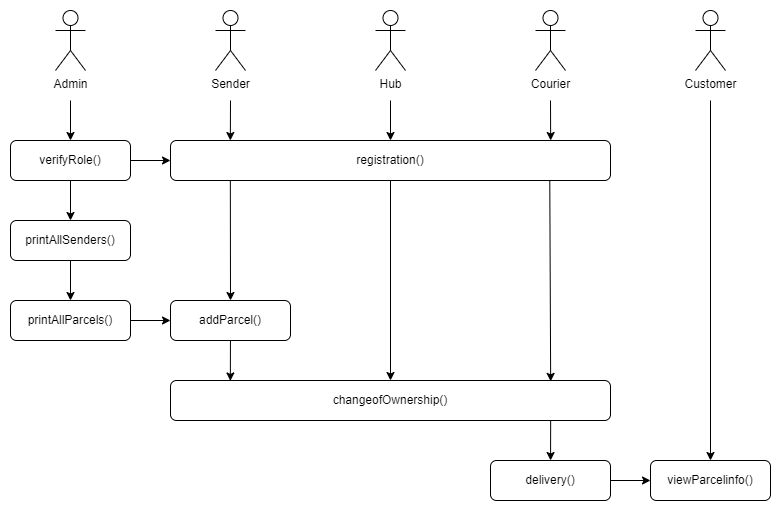
0xh34rtl3ss/SupplyChain_dApp keeps this draw.io diagram as assets/img/BC-Activity Diagram.drawio.png. Above is the earlier version. Source tidied: cells renumbered, new cells last; positions are measured from the earlier drawing's top-left corner, leaving out a move shared by most shapes. The source it was exported from:
```xml
<mxGraphModel>
  <root>
    <mxCell id="0" />
    <mxCell id="1" parent="0" />
    <mxCell id="2" value="Admin" style="shape=umlActor;verticalLabelPosition=bottom;verticalAlign=top;html=1;" parent="1" vertex="1">
      <mxGeometry x="45" width="30" height="60" as="geometry" />
    </mxCell>
    <mxCell id="3" style="edgeStyle=none;rounded=0;jettySize=auto;html=1;startArrow=none;startFill=0;endArrow=classic;endFill=1;" parent="1" edge="1" target="29">
      <mxGeometry relative="1" as="geometry">
        <mxPoint x="700" y="90" as="sourcePoint" />
      </mxGeometry>
    </mxCell>
    <mxCell id="4" value="Customer" style="shape=umlActor;verticalLabelPosition=bottom;verticalAlign=top;html=1;" parent="1" vertex="1">
      <mxGeometry x="685" width="30" height="60" as="geometry" />
    </mxCell>
    <mxCell id="5" value="Sender" style="shape=umlActor;verticalLabelPosition=bottom;verticalAlign=top;html=1;" parent="1" vertex="1">
      <mxGeometry x="205" width="30" height="60" as="geometry" />
    </mxCell>
    <mxCell id="6" style="edgeStyle=none;rounded=0;jettySize=auto;html=1;entryX=0.864;entryY=0;entryDx=0;entryDy=0;entryPerimeter=0;startArrow=none;startFill=0;endArrow=classic;endFill=1;" parent="1" edge="1" target="14">
      <mxGeometry relative="1" as="geometry">
        <mxPoint x="540" y="90" as="sourcePoint" />
      </mxGeometry>
    </mxCell>
    <mxCell id="7" value="Courier" style="shape=umlActor;verticalLabelPosition=bottom;verticalAlign=top;html=1;" parent="1" vertex="1">
      <mxGeometry x="525" width="30" height="60" as="geometry" />
    </mxCell>
    <mxCell id="8" style="edgeStyle=none;rounded=0;jettySize=auto;html=1;startArrow=none;startFill=0;endArrow=classic;endFill=1;" parent="1" edge="1" target="14">
      <mxGeometry relative="1" as="geometry">
        <mxPoint x="380" y="90" as="sourcePoint" />
      </mxGeometry>
    </mxCell>
    <mxCell id="9" value="Hub" style="shape=umlActor;verticalLabelPosition=bottom;verticalAlign=top;html=1;" parent="1" vertex="1">
      <mxGeometry x="365" width="30" height="60" as="geometry" />
    </mxCell>
    <mxCell id="10" style="rounded=0;jettySize=auto;html=1;startArrow=classic;startFill=1;endArrow=none;endFill=0;exitX=0.136;exitY=0;exitDx=0;exitDy=0;exitPerimeter=0;" parent="1" edge="1" source="14">
      <mxGeometry relative="1" as="geometry">
        <mxPoint x="220" y="90" as="targetPoint" />
      </mxGeometry>
    </mxCell>
    <mxCell id="11" style="rounded=0;jettySize=auto;html=1;entryX=0.5;entryY=0;entryDx=0;entryDy=0;startArrow=none;startFill=0;endArrow=classic;endFill=1;exitX=0.136;exitY=1;exitDx=0;exitDy=0;exitPerimeter=0;" parent="1" edge="1" source="14" target="20">
      <mxGeometry relative="1" as="geometry" />
    </mxCell>
    <mxCell id="12" style="rounded=0;jettySize=auto;html=1;entryX=0.864;entryY=0.022;entryDx=0;entryDy=0;entryPerimeter=0;startArrow=none;startFill=0;endArrow=classic;endFill=1;exitX=0.862;exitY=0.99;exitDx=0;exitDy=0;exitPerimeter=0;" parent="1" edge="1" source="14" target="25">
      <mxGeometry relative="1" as="geometry" />
    </mxCell>
    <mxCell id="13" style="edgeStyle=none;rounded=0;jettySize=auto;html=1;startArrow=none;startFill=0;endArrow=classic;endFill=1;" parent="1" edge="1" source="14" target="25">
      <mxGeometry relative="1" as="geometry" />
    </mxCell>
    <mxCell id="14" value="registration()" style="rounded=1;whiteSpace=wrap;html=1;strokeColor=default;" parent="1" vertex="1">
      <mxGeometry x="160" y="130" width="440" height="40" as="geometry" />
    </mxCell>
    <mxCell id="15" style="edgeStyle=none;rounded=0;jettySize=auto;html=1;startArrow=classic;startFill=1;endArrow=none;endFill=0;" parent="1" edge="1" source="18">
      <mxGeometry relative="1" as="geometry">
        <mxPoint x="60" y="90" as="targetPoint" />
      </mxGeometry>
    </mxCell>
    <mxCell id="16" style="edgeStyle=none;rounded=0;jettySize=auto;html=1;entryX=0;entryY=0.5;entryDx=0;entryDy=0;startArrow=none;startFill=0;endArrow=classic;endFill=1;" parent="1" edge="1" source="18" target="14">
      <mxGeometry relative="1" as="geometry" />
    </mxCell>
    <mxCell id="17" style="edgeStyle=orthogonalEdgeStyle;rounded=0;jettySize=auto;html=1;entryX=0.5;entryY=0;entryDx=0;entryDy=0;startArrow=none;startFill=0;endArrow=classic;endFill=1;" parent="1" edge="1" source="18" target="24">
      <mxGeometry relative="1" as="geometry" />
    </mxCell>
    <mxCell id="18" value="verifyRole()" style="rounded=1;whiteSpace=wrap;html=1;strokeColor=default;" parent="1" vertex="1">
      <mxGeometry y="130" width="120" height="40" as="geometry" />
    </mxCell>
    <mxCell id="19" style="edgeStyle=none;rounded=0;jettySize=auto;html=1;entryX=0.136;entryY=0.011;entryDx=0;entryDy=0;entryPerimeter=0;startArrow=none;startFill=0;endArrow=classic;endFill=1;" parent="1" edge="1" source="20" target="25">
      <mxGeometry relative="1" as="geometry" />
    </mxCell>
    <mxCell id="20" value="addParcel()" style="rounded=1;whiteSpace=wrap;html=1;strokeColor=default;" parent="1" vertex="1">
      <mxGeometry x="160" y="290" width="120" height="40" as="geometry" />
    </mxCell>
    <mxCell id="21" style="edgeStyle=none;rounded=0;jettySize=auto;html=1;entryX=0;entryY=0.5;entryDx=0;entryDy=0;startArrow=none;startFill=0;endArrow=classic;endFill=1;" parent="1" edge="1" source="22" target="20">
      <mxGeometry relative="1" as="geometry" />
    </mxCell>
    <mxCell id="22" value="printAllParcels()" style="rounded=1;whiteSpace=wrap;html=1;strokeColor=default;" parent="1" vertex="1">
      <mxGeometry y="290" width="120" height="40" as="geometry" />
    </mxCell>
    <mxCell id="23" style="edgeStyle=none;rounded=0;jettySize=auto;html=1;startArrow=none;startFill=0;endArrow=classic;endFill=1;" parent="1" edge="1" source="24" target="22">
      <mxGeometry relative="1" as="geometry" />
    </mxCell>
    <mxCell id="24" value="printAllSenders()" style="rounded=1;whiteSpace=wrap;html=1;strokeColor=default;" parent="1" vertex="1">
      <mxGeometry y="210" width="120" height="40" as="geometry" />
    </mxCell>
    <mxCell id="25" value="changeofOwnership()" style="rounded=1;whiteSpace=wrap;html=1;strokeColor=default;" parent="1" vertex="1">
      <mxGeometry x="160" y="370" width="440" height="40" as="geometry" />
    </mxCell>
    <mxCell id="26" style="edgeStyle=none;rounded=0;jettySize=auto;html=1;entryX=0.864;entryY=0.996;entryDx=0;entryDy=0;entryPerimeter=0;startArrow=classic;startFill=1;endArrow=none;endFill=0;" parent="1" edge="1" source="28" target="25">
      <mxGeometry relative="1" as="geometry" />
    </mxCell>
    <mxCell id="27" style="edgeStyle=none;rounded=0;jettySize=auto;html=1;entryX=0;entryY=0.5;entryDx=0;entryDy=0;startArrow=none;startFill=0;endArrow=classic;endFill=1;" parent="1" edge="1" source="28" target="29">
      <mxGeometry relative="1" as="geometry" />
    </mxCell>
    <mxCell id="28" value="delivery()" style="rounded=1;whiteSpace=wrap;html=1;strokeColor=default;" parent="1" vertex="1">
      <mxGeometry x="480" y="450" width="120" height="40" as="geometry" />
    </mxCell>
    <mxCell id="29" value="viewParcelinfo()" style="rounded=1;whiteSpace=wrap;html=1;strokeColor=default;" parent="1" vertex="1">
      <mxGeometry x="640" y="450" width="120" height="40" as="geometry" />
    </mxCell>
  </root>
</mxGraphModel>
```
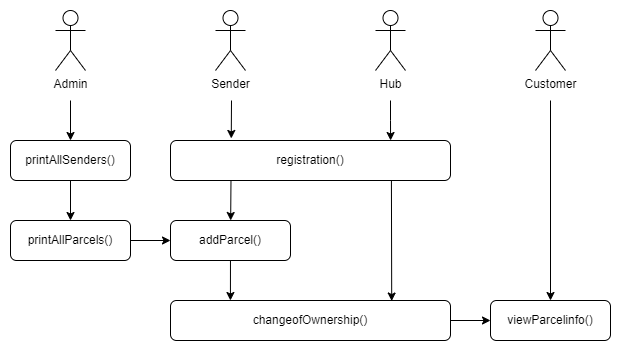
Above is the later version.

Change to the diagram source:
```diff
@@ -7,94 +7,68 @@
     </mxCell>
     <mxCell id="3" style="edgeStyle=none;rounded=0;jettySize=auto;html=1;startArrow=none;startFill=0;endArrow=classic;endFill=1;" parent="1" edge="1" target="29">
       <mxGeometry relative="1" as="geometry">
-        <mxPoint x="700" y="90" as="sourcePoint" />
+        <mxPoint x="540" y="90" as="sourcePoint" />
       </mxGeometry>
     </mxCell>
     <mxCell id="4" value="Customer" style="shape=umlActor;verticalLabelPosition=bottom;verticalAlign=top;html=1;" parent="1" vertex="1">
-      <mxGeometry x="685" width="30" height="60" as="geometry" />
+      <mxGeometry x="525" width="30" height="60" as="geometry" />
     </mxCell>
+    <mxCell id="30" style="edgeStyle=orthogonalEdgeStyle;rounded=0;jettySize=auto;html=1;entryX=0.217;entryY=-0.051;entryDx=0;entryDy=0;entryPerimeter=0;" parent="1" edge="1" target="14">
+      <mxGeometry relative="1" as="geometry">
+        <mxPoint x="221" y="90" as="sourcePoint" />
+      </mxGeometry>
+    </mxCell>
     <mxCell id="5" value="Sender" style="shape=umlActor;verticalLabelPosition=bottom;verticalAlign=top;html=1;" parent="1" vertex="1">
       <mxGeometry x="205" width="30" height="60" as="geometry" />
     </mxCell>
-    <mxCell id="6" style="edgeStyle=none;rounded=0;jettySize=auto;html=1;entryX=0.864;entryY=0;entryDx=0;entryDy=0;entryPerimeter=0;startArrow=none;startFill=0;endArrow=classic;endFill=1;" parent="1" edge="1" target="14">
-      <mxGeometry relative="1" as="geometry">
-        <mxPoint x="540" y="90" as="sourcePoint" />
-      </mxGeometry>
-    </mxCell>
-    <mxCell id="7" value="Courier" style="shape=umlActor;verticalLabelPosition=bottom;verticalAlign=top;html=1;" parent="1" vertex="1">
-      <mxGeometry x="525" width="30" height="60" as="geometry" />
-    </mxCell>
-    <mxCell id="8" style="edgeStyle=none;rounded=0;jettySize=auto;html=1;startArrow=none;startFill=0;endArrow=classic;endFill=1;" parent="1" edge="1" target="14">
-      <mxGeometry relative="1" as="geometry">
-        <mxPoint x="380" y="90" as="sourcePoint" />
-      </mxGeometry>
-    </mxCell>
+    <mxCell id="31" style="edgeStyle=orthogonalEdgeStyle;rounded=0;jettySize=auto;html=1;entryX=0.786;entryY=0;entryDx=0;entryDy=0;entryPerimeter=0;" parent="1" edge="1" target="14">
+      <mxGeometry relative="1" as="geometry">
+        <mxPoint x="380" y="90" as="sourcePoint" />
+      </mxGeometry>
+    </mxCell>
     <mxCell id="9" value="Hub" style="shape=umlActor;verticalLabelPosition=bottom;verticalAlign=top;html=1;" parent="1" vertex="1">
       <mxGeometry x="365" width="30" height="60" as="geometry" />
     </mxCell>
-    <mxCell id="10" style="rounded=0;jettySize=auto;html=1;startArrow=classic;startFill=1;endArrow=none;endFill=0;exitX=0.136;exitY=0;exitDx=0;exitDy=0;exitPerimeter=0;" parent="1" edge="1" source="14">
-      <mxGeometry relative="1" as="geometry">
-        <mxPoint x="220" y="90" as="targetPoint" />
-      </mxGeometry>
-    </mxCell>
-    <mxCell id="11" style="rounded=0;jettySize=auto;html=1;entryX=0.5;entryY=0;entryDx=0;entryDy=0;startArrow=none;startFill=0;endArrow=classic;endFill=1;exitX=0.136;exitY=1;exitDx=0;exitDy=0;exitPerimeter=0;" parent="1" edge="1" source="14" target="20">
+    <mxCell id="11" style="edgeStyle=none;rounded=0;jettySize=auto;html=1;exitX=0.216;exitY=1.005;exitDx=0;exitDy=0;exitPerimeter=0;" parent="1" edge="1" source="14" target="20">
       <mxGeometry relative="1" as="geometry" />
     </mxCell>
-    <mxCell id="12" style="rounded=0;jettySize=auto;html=1;entryX=0.864;entryY=0.022;entryDx=0;entryDy=0;entryPerimeter=0;startArrow=none;startFill=0;endArrow=classic;endFill=1;exitX=0.862;exitY=0.99;exitDx=0;exitDy=0;exitPerimeter=0;" parent="1" edge="1" source="14" target="25">
-      <mxGeometry relative="1" as="geometry" />
-    </mxCell>
-    <mxCell id="13" style="edgeStyle=none;rounded=0;jettySize=auto;html=1;startArrow=none;startFill=0;endArrow=classic;endFill=1;" parent="1" edge="1" source="14" target="25">
-      <mxGeometry relative="1" as="geometry" />
-    </mxCell>
+    <mxCell id="32" style="edgeStyle=none;rounded=0;jettySize=auto;html=1;exitX=0.789;exitY=1.009;exitDx=0;exitDy=0;entryX=0.79;entryY=0.013;entryDx=0;entryDy=0;exitPerimeter=0;entryPerimeter=0;" parent="1" edge="1" source="14" target="25">
+      <mxGeometry relative="1" as="geometry" />
+    </mxCell>
     <mxCell id="14" value="registration()" style="rounded=1;whiteSpace=wrap;html=1;strokeColor=default;" parent="1" vertex="1">
-      <mxGeometry x="160" y="130" width="440" height="40" as="geometry" />
+      <mxGeometry x="160" y="130" width="280" height="40" as="geometry" />
     </mxCell>
-    <mxCell id="15" style="edgeStyle=none;rounded=0;jettySize=auto;html=1;startArrow=classic;startFill=1;endArrow=none;endFill=0;" parent="1" edge="1" source="18">
-      <mxGeometry relative="1" as="geometry">
-        <mxPoint x="60" y="90" as="targetPoint" />
-      </mxGeometry>
-    </mxCell>
-    <mxCell id="16" style="edgeStyle=none;rounded=0;jettySize=auto;html=1;entryX=0;entryY=0.5;entryDx=0;entryDy=0;startArrow=none;startFill=0;endArrow=classic;endFill=1;" parent="1" edge="1" source="18" target="14">
-      <mxGeometry relative="1" as="geometry" />
-    </mxCell>
-    <mxCell id="17" style="edgeStyle=orthogonalEdgeStyle;rounded=0;jettySize=auto;html=1;entryX=0.5;entryY=0;entryDx=0;entryDy=0;startArrow=none;startFill=0;endArrow=classic;endFill=1;" parent="1" edge="1" source="18" target="24">
-      <mxGeometry relative="1" as="geometry" />
+    <mxCell id="17" style="edgeStyle=orthogonalEdgeStyle;rounded=0;jettySize=auto;html=1;entryX=0.5;entryY=0;entryDx=0;entryDy=0;startArrow=none;startFill=0;endArrow=classic;endFill=1;" parent="1" edge="1" target="24">
+      <mxGeometry relative="1" as="geometry">
+        <mxPoint x="60" y="90" as="sourcePoint" />
+      </mxGeometry>
     </mxCell>
-    <mxCell id="18" value="verifyRole()" style="rounded=1;whiteSpace=wrap;html=1;strokeColor=default;" parent="1" vertex="1">
-      <mxGeometry y="130" width="120" height="40" as="geometry" />
-    </mxCell>
-    <mxCell id="19" style="edgeStyle=none;rounded=0;jettySize=auto;html=1;entryX=0.136;entryY=0.011;entryDx=0;entryDy=0;entryPerimeter=0;startArrow=none;startFill=0;endArrow=classic;endFill=1;" parent="1" edge="1" source="20" target="25">
+    <mxCell id="19" style="edgeStyle=none;rounded=0;jettySize=auto;html=1;entryX=0.214;entryY=0;entryDx=0;entryDy=0;entryPerimeter=0;" parent="1" edge="1" source="20" target="25">
       <mxGeometry relative="1" as="geometry" />
     </mxCell>
     <mxCell id="20" value="addParcel()" style="rounded=1;whiteSpace=wrap;html=1;strokeColor=default;" parent="1" vertex="1">
-      <mxGeometry x="160" y="290" width="120" height="40" as="geometry" />
+      <mxGeometry x="160" y="210" width="120" height="40" as="geometry" />
     </mxCell>
     <mxCell id="21" style="edgeStyle=none;rounded=0;jettySize=auto;html=1;entryX=0;entryY=0.5;entryDx=0;entryDy=0;startArrow=none;startFill=0;endArrow=classic;endFill=1;" parent="1" edge="1" source="22" target="20">
       <mxGeometry relative="1" as="geometry" />
     </mxCell>
     <mxCell id="22" value="printAllParcels()" style="rounded=1;whiteSpace=wrap;html=1;strokeColor=default;" parent="1" vertex="1">
-      <mxGeometry y="290" width="120" height="40" as="geometry" />
+      <mxGeometry y="210" width="120" height="40" as="geometry" />
     </mxCell>
     <mxCell id="23" style="edgeStyle=none;rounded=0;jettySize=auto;html=1;startArrow=none;startFill=0;endArrow=classic;endFill=1;" parent="1" edge="1" source="24" target="22">
       <mxGeometry relative="1" as="geometry" />
     </mxCell>
     <mxCell id="24" value="printAllSenders()" style="rounded=1;whiteSpace=wrap;html=1;strokeColor=default;" parent="1" vertex="1">
-      <mxGeometry y="210" width="120" height="40" as="geometry" />
+      <mxGeometry y="130" width="120" height="40" as="geometry" />
     </mxCell>
+    <mxCell id="33" style="edgeStyle=none;rounded=0;jettySize=auto;html=1;exitX=1;exitY=0.5;exitDx=0;exitDy=0;entryX=0;entryY=0.5;entryDx=0;entryDy=0;" parent="1" edge="1" source="25" target="29">
+      <mxGeometry relative="1" as="geometry" />
+    </mxCell>
     <mxCell id="25" value="changeofOwnership()" style="rounded=1;whiteSpace=wrap;html=1;strokeColor=default;" parent="1" vertex="1">
-      <mxGeometry x="160" y="370" width="440" height="40" as="geometry" />
+      <mxGeometry x="160" y="290" width="280" height="40" as="geometry" />
     </mxCell>
-    <mxCell id="26" style="edgeStyle=none;rounded=0;jettySize=auto;html=1;entryX=0.864;entryY=0.996;entryDx=0;entryDy=0;entryPerimeter=0;startArrow=classic;startFill=1;endArrow=none;endFill=0;" parent="1" edge="1" source="28" target="25">
-      <mxGeometry relative="1" as="geometry" />
-    </mxCell>
-    <mxCell id="27" style="edgeStyle=none;rounded=0;jettySize=auto;html=1;entryX=0;entryY=0.5;entryDx=0;entryDy=0;startArrow=none;startFill=0;endArrow=classic;endFill=1;" parent="1" edge="1" source="28" target="29">
-      <mxGeometry relative="1" as="geometry" />
-    </mxCell>
-    <mxCell id="28" value="delivery()" style="rounded=1;whiteSpace=wrap;html=1;strokeColor=default;" parent="1" vertex="1">
-      <mxGeometry x="480" y="450" width="120" height="40" as="geometry" />
-    </mxCell>
     <mxCell id="29" value="viewParcelinfo()" style="rounded=1;whiteSpace=wrap;html=1;strokeColor=default;" parent="1" vertex="1">
-      <mxGeometry x="640" y="450" width="120" height="40" as="geometry" />
+      <mxGeometry x="480" y="290" width="120" height="40" as="geometry" />
     </mxCell>
   </root>
 </mxGraphModel>
```
